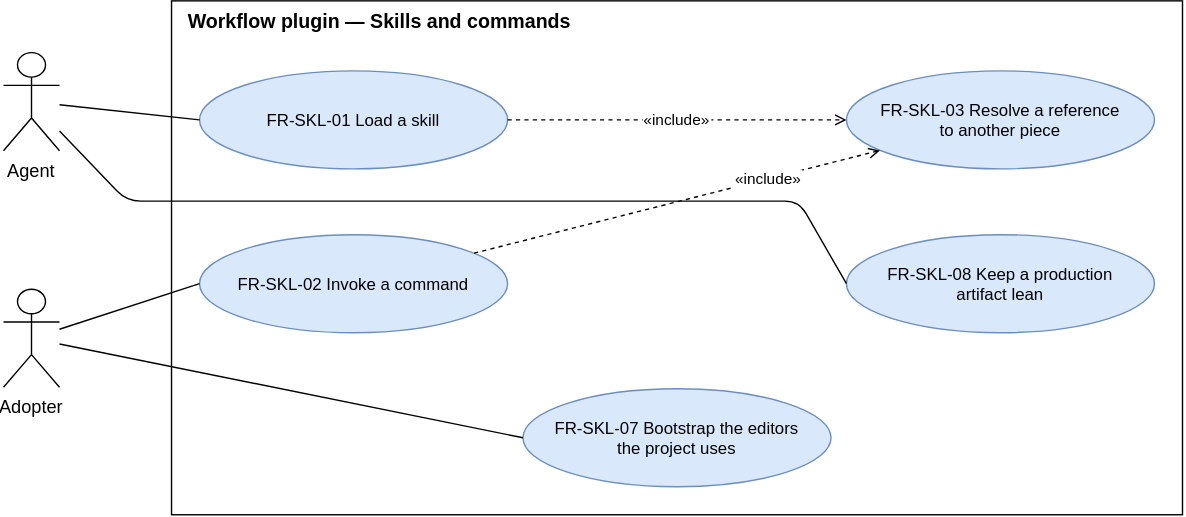
Above: docs/requirements/diagrams/use-cases-skills.drawio.svg in ATNexusLab/tightship (draw.io), before the change. Source tidied: cells renumbered, new cells last; positions are measured from the earlier drawing's top-left corner, leaving out a move shared by most shapes.
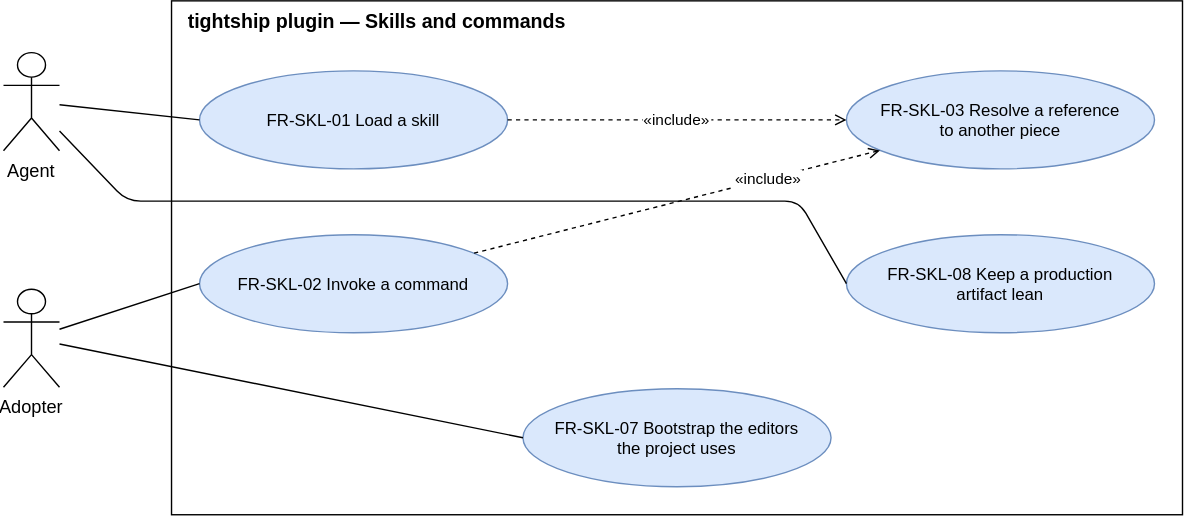
The same file after the commit.

Commit message:
docs: name the plugin tightship in the diagrams

The edit, as a diff of the source:
```diff
@@ -2,7 +2,7 @@
   <root>
     <mxCell id="0" />
     <mxCell id="1" parent="0" />
-    <mxCell id="2" value="Workflow plugin — Skills and commands" style="rounded=0;fillColor=none;verticalAlign=top;align=left;spacingLeft=10;fontStyle=1;fontSize=14;html=0;" parent="1" vertex="1">
+    <mxCell id="2" value="tightship plugin — Skills and commands" style="rounded=0;fillColor=none;verticalAlign=top;align=left;spacingLeft=10;fontStyle=1;fontSize=14;html=0;" parent="1" vertex="1">
       <mxGeometry x="120" width="722" height="367" as="geometry" />
     </mxCell>
     <mxCell id="3" value="FR-SKL-01 Load a skill" style="ellipse;fontSize=12;fillColor=#dae8fc;strokeColor=#6c8ebf;html=0;" parent="1" vertex="1">
```
